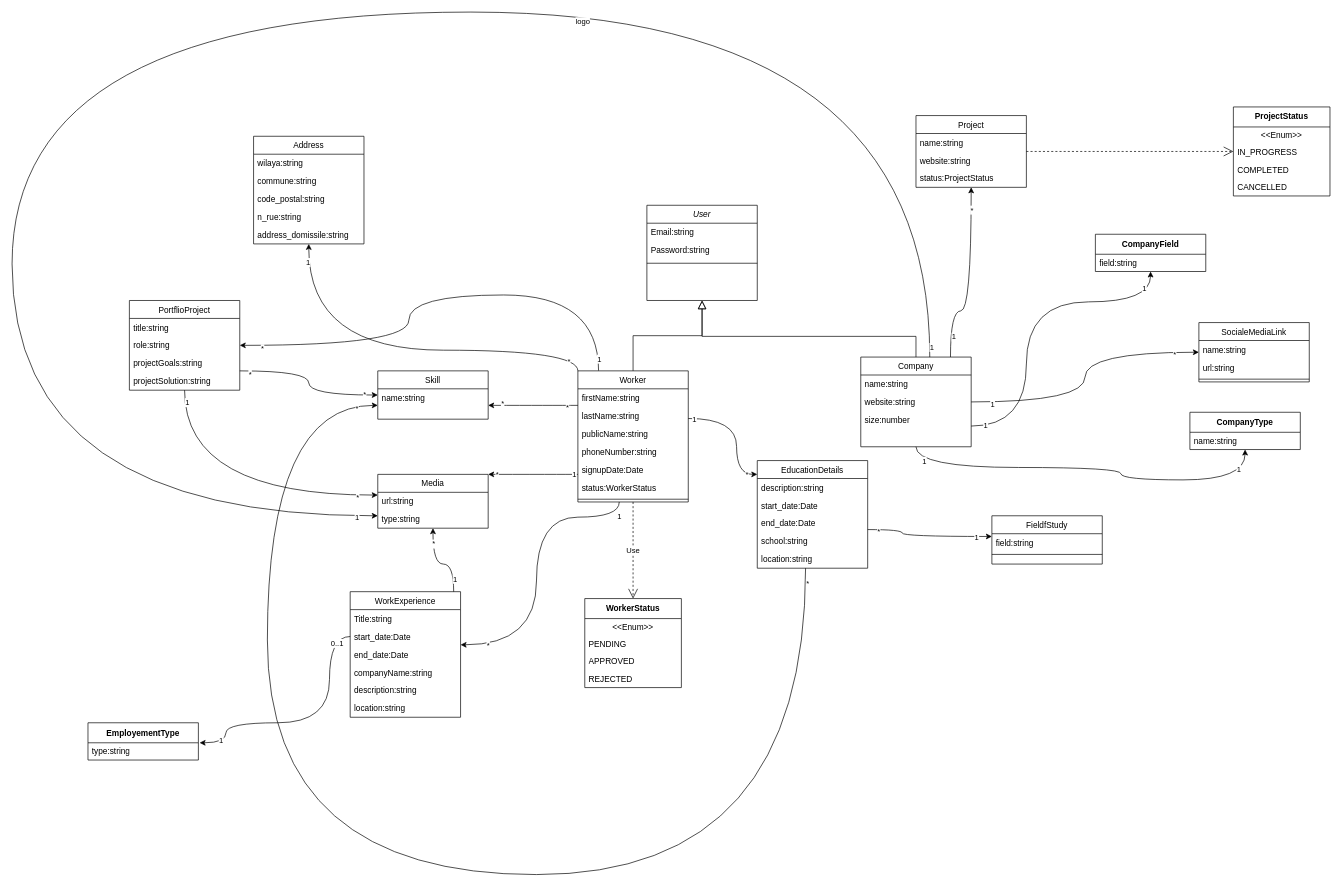
Earlier version of the draw.io diagram Diagramme sans nom.drawio (stormsidali2001/outsourcing-plateform-4th-year-project). Source tidied: cells renumbered, new cells numbered last; positions are measured from the earlier drawing's top-left corner, leaving out a move shared by most shapes. Both pictures are drawn from the tidied source at 69%, with x=0, y=0 at pixel (12, 12).
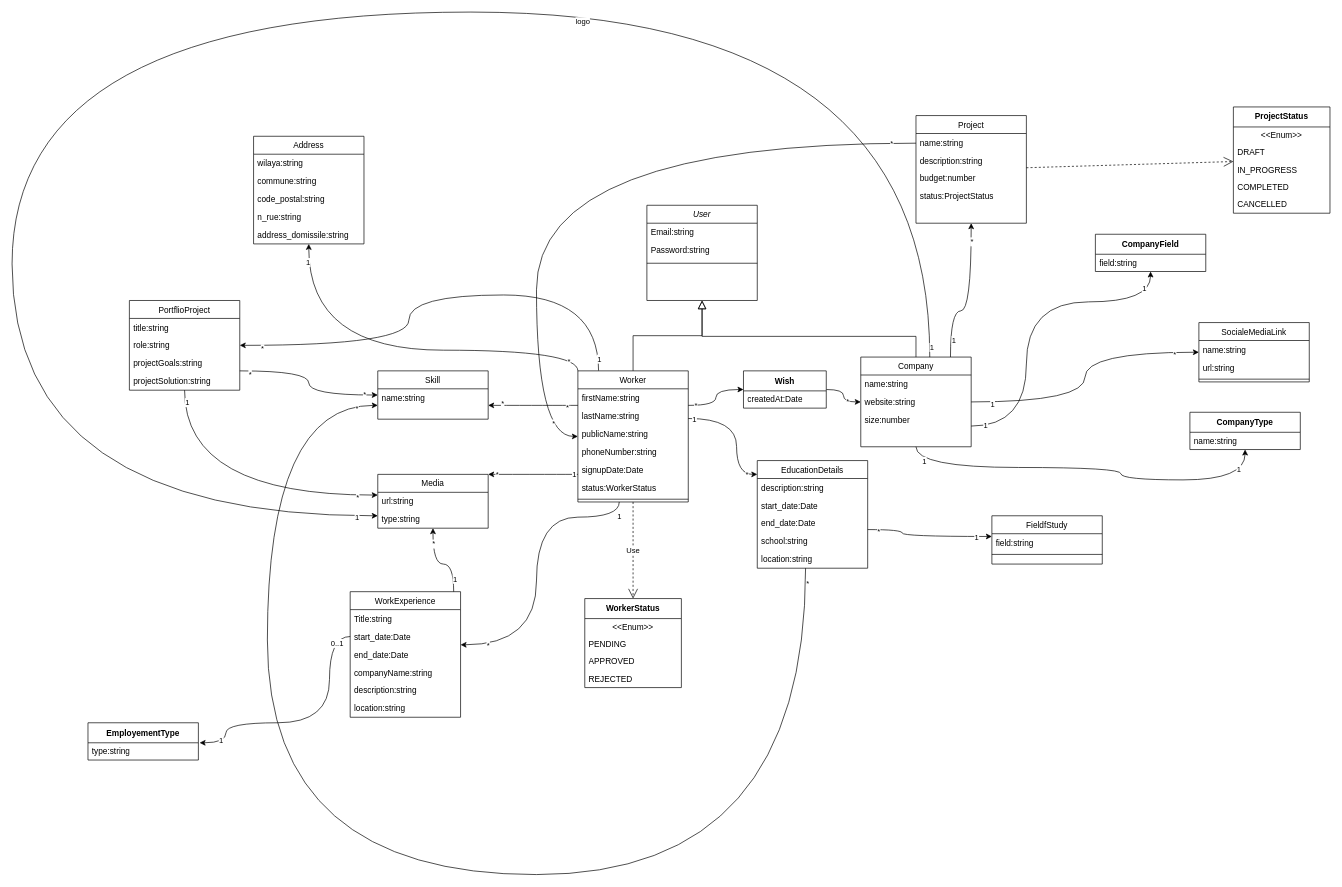
The same diagram, later.

Commit message:
Mettre à jour Diagramme sans nom.drawio

Unchanged cells that the change refers to:
```xml
<mxCell id="12" value="Worker" style="swimlane;fontStyle=0;align=center;verticalAlign=top;horizontal=1;startSize=26;rounded=0;shadow=0;strokeWidth=1;" parent="1" vertex="1">
  <mxGeometry x="820" y="520" width="160" height="190" as="geometry" />
</mxCell>
<mxCell id="27" value="Company" style="swimlane;fontStyle=0;align=center;verticalAlign=top;horizontal=1;startSize=26;rounded=0;shadow=0;strokeWidth=1;" parent="1" vertex="1">
  <mxGeometry x="1230" y="500" width="160" height="130" as="geometry" />
</mxCell>
```

Diff of the diagram source:
```diff
@@
+    <mxCell id="130" style="edgeStyle=orthogonalEdgeStyle;rounded=0;jettySize=auto;html=1;curved=1;" parent="1" edge="1" source="12" target="139">
+      <mxGeometry relative="1" as="geometry">
+        <Array as="points">
+          <mxPoint x="1020" y="570" />
+          <mxPoint x="1020" y="547" />
+        </Array>
+      </mxGeometry>
+    </mxCell>
+    <mxCell id="131" value="*" style="edgeLabel;html=1;align=center;verticalAlign=middle;" parent="130" vertex="1">
+      <mxGeometry x="-0.81" relative="1" as="geometry" />
+    </mxCell>
@@
+    <mxCell id="132" style="edgeStyle=orthogonalEdgeStyle;rounded=0;jettySize=auto;html=1;curved=1;" parent="1" edge="1" source="106" target="12">
+      <mxGeometry relative="1" as="geometry">
+        <Array as="points">
+          <mxPoint x="760" y="190" />
+          <mxPoint x="760" y="615" />
+        </Array>
+      </mxGeometry>
+    </mxCell>
+    <mxCell id="133" value="*" style="edgeLabel;html=1;align=center;verticalAlign=middle;" parent="132" vertex="1">
+      <mxGeometry x="0.93" y="19" relative="1" as="geometry" />
+    </mxCell>
+    <mxCell id="134" value="*" style="edgeLabel;html=1;align=center;verticalAlign=middle;" parent="132" vertex="1">
+      <mxGeometry x="-0.93" y="-1" relative="1" as="geometry" />
+    </mxCell>
     <mxCell id="106" value="Project" style="swimlane;fontStyle=0;align=center;verticalAlign=top;horizontal=1;startSize=26;rounded=0;shadow=0;strokeWidth=1;" parent="1" vertex="1">
-      <mxGeometry x="1310" y="150" width="160" height="104" as="geometry" />
+      <mxGeometry x="1310" y="150" width="160" height="156" as="geometry" />
     </mxCell>
@@
-    <mxCell id="108" value="website:string" style="text;align=left;verticalAlign=top;spacingLeft=4;spacingRight=4;overflow=hidden;" parent="106" vertex="1">
+    <mxCell id="108" value="description:string" style="text;align=left;verticalAlign=top;spacingLeft=4;spacingRight=4;overflow=hidden;" parent="106" vertex="1">
       <mxGeometry y="52" width="160" height="26" as="geometry" />
     </mxCell>
+    <mxCell id="135" value="budget:number" style="text;align=left;verticalAlign=top;spacingLeft=4;spacingRight=4;overflow=hidden;" parent="106" vertex="1">
+      <mxGeometry y="78" width="160" height="26" as="geometry" />
+    </mxCell>
     <mxCell id="109" value="status:ProjectStatus" style="text;align=left;verticalAlign=top;spacingLeft=4;spacingRight=4;overflow=hidden;" parent="106" vertex="1">
-      <mxGeometry y="78" width="160" height="26" as="geometry" />
+      <mxGeometry y="104" width="160" height="26" as="geometry" />
     </mxCell>
@@
     <mxCell id="115" value="ProjectStatus" style="swimlane;fontStyle=1;align=center;verticalAlign=middle;horizontal=1;startSize=29;html=1;whiteSpace=wrap;" parent="1" vertex="1">
-      <mxGeometry x="1770" y="137.5" width="140" height="129" as="geometry" />
+      <mxGeometry x="1770" y="137.5" width="140" height="154" as="geometry" />
     </mxCell>
@@
-    <mxCell id="117" value="IN_PROGRESS" style="text;html=1;strokeColor=none;fillColor=none;align=left;verticalAlign=middle;spacingLeft=4;spacingRight=4;overflow=hidden;whiteSpace=wrap;" parent="115" vertex="1">
+    <mxCell id="117" value="DRAFT" style="text;html=1;strokeColor=none;fillColor=none;align=left;verticalAlign=middle;spacingLeft=4;spacingRight=4;overflow=hidden;whiteSpace=wrap;" parent="115" vertex="1">
       <mxGeometry y="54" width="140" height="25" as="geometry" />
     </mxCell>
+    <mxCell id="136" value="IN_PROGRESS" style="text;html=1;strokeColor=none;fillColor=none;align=left;verticalAlign=middle;spacingLeft=4;spacingRight=4;overflow=hidden;whiteSpace=wrap;" parent="115" vertex="1">
+      <mxGeometry y="79" width="140" height="25" as="geometry" />
+    </mxCell>
     <mxCell id="118" value="COMPLETED" style="text;html=1;strokeColor=none;fillColor=none;align=left;verticalAlign=middle;spacingLeft=4;spacingRight=4;overflow=hidden;whiteSpace=wrap;" parent="115" vertex="1">
-      <mxGeometry y="79" width="140" height="25" as="geometry" />
+      <mxGeometry y="104" width="140" height="25" as="geometry" />
     </mxCell>
     <mxCell id="119" value="CANCELLED" style="text;html=1;strokeColor=none;fillColor=none;align=left;verticalAlign=middle;spacingLeft=4;spacingRight=4;overflow=hidden;whiteSpace=wrap;" parent="115" vertex="1">
-      <mxGeometry y="104" width="140" height="25" as="geometry" />
+      <mxGeometry y="129" width="140" height="25" as="geometry" />
     </mxCell>
@@
+    <mxCell id="137" style="edgeStyle=orthogonalEdgeStyle;rounded=0;jettySize=auto;html=1;curved=1;" parent="1" edge="1" source="139" target="27">
+      <mxGeometry relative="1" as="geometry" />
+    </mxCell>
+    <mxCell id="138" value="*" style="edgeLabel;html=1;align=center;verticalAlign=middle;" parent="137" vertex="1">
+      <mxGeometry x="0.4" y="2" relative="1" as="geometry" />
+    </mxCell>
+    <mxCell id="139" value="Wish" style="swimlane;fontStyle=1;align=center;verticalAlign=middle;horizontal=1;startSize=29;html=1;whiteSpace=wrap;" parent="1" vertex="1">
+      <mxGeometry x="1060" y="520" width="120" height="54" as="geometry" />
+    </mxCell>
+    <mxCell id="140" value="createdAt:Date" style="text;html=1;strokeColor=none;fillColor=none;align=left;verticalAlign=middle;spacingLeft=4;spacingRight=4;overflow=hidden;whiteSpace=wrap;" parent="139" vertex="1">
+      <mxGeometry y="29" width="120" height="25" as="geometry" />
+    </mxCell>
```
